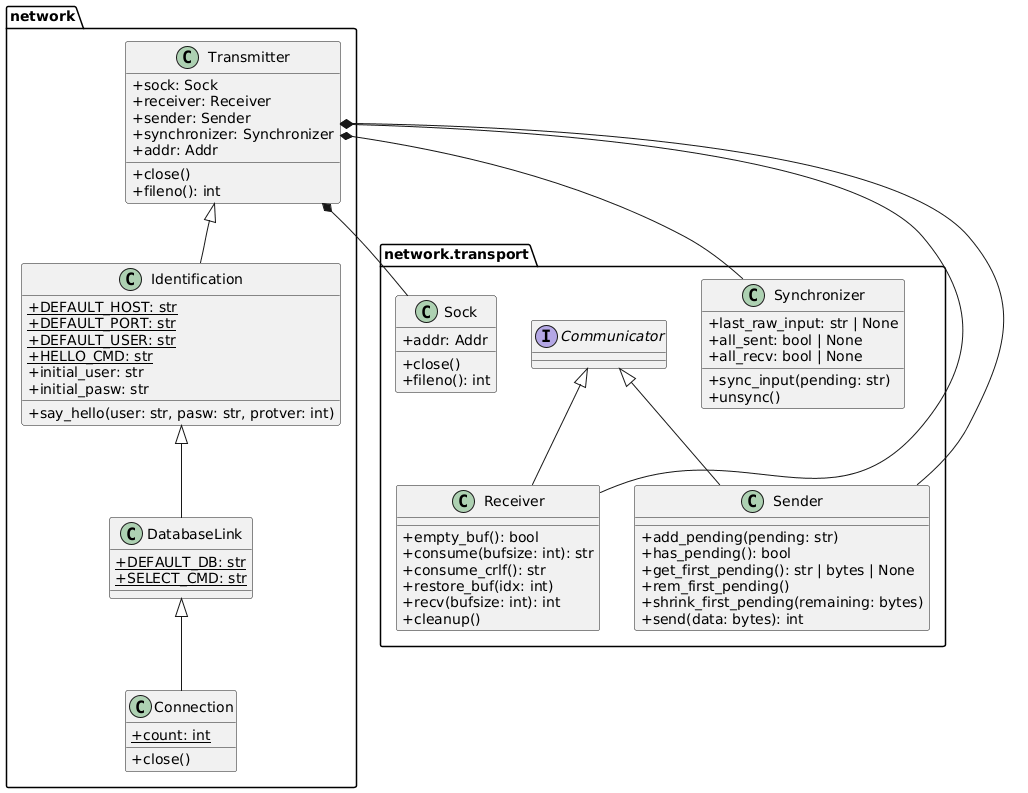
This is doc/network/RC-application.network.png from petru-braha/RC-application, a PlantUML export, as it was before one commit.
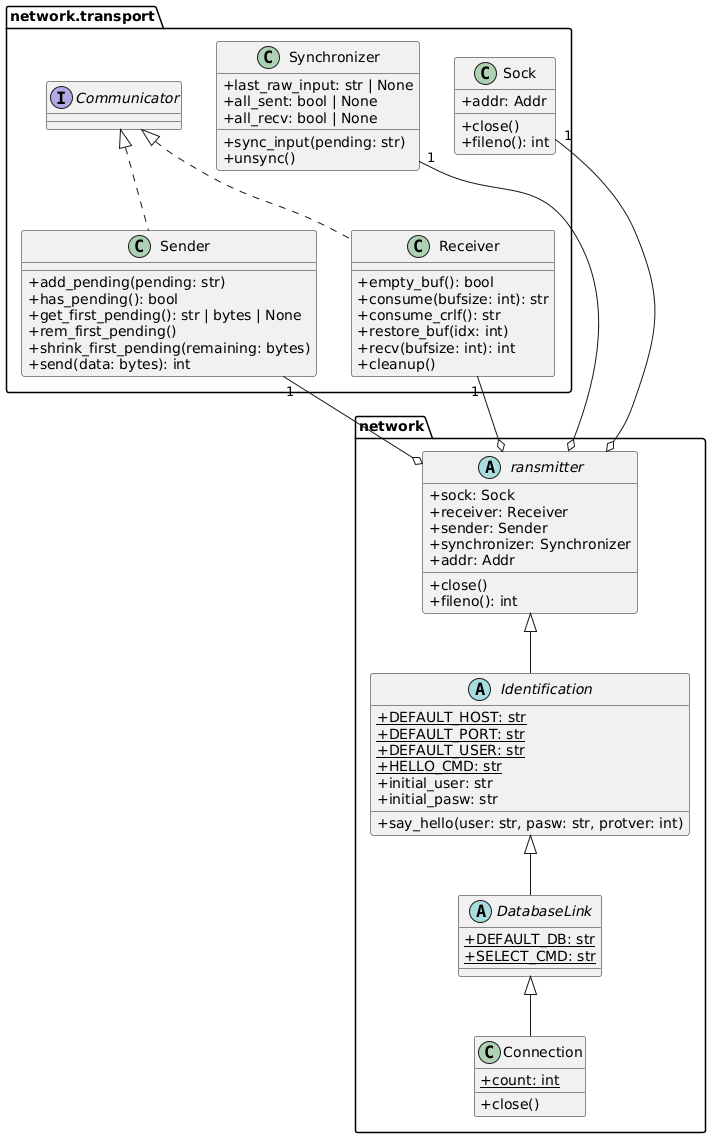
Later version of the same file.

Commit message:
feat: improvement class annotations with keywords as abstract, 1-1 relationship

Diff of the diagram source:
```diff
@@ -41,7 +41,7 @@
 }
 
 package "network" {
-    class Transmitter {
+    abstract class Transmitter {
         + sock: Sock
         + receiver: Receiver
         + sender: Sender
@@ -51,7 +51,7 @@
         + fileno(): int
     }
 
-    class Identification {
+    abstract class Identification {
         + {static} DEFAULT_HOST: str
         + {static} DEFAULT_PORT: str
         + {static} DEFAULT_USER: str
@@ -61,7 +61,7 @@
         + say_hello(user: str, pasw: str, protver: int)
     }
 
-    class DatabaseLink {
+    abstract class DatabaseLink {
         + {static} DEFAULT_DB: str
         + {static} SELECT_CMD: str
     }
@@ -72,15 +72,17 @@
     }
 }
 
-Communicator <|-- Receiver
-Communicator <|-- Sender
 
-Transmitter *-- Sock
-Transmitter *-- Receiver
-Transmitter *-- Sender
-Transmitter *-- Synchronizer
+Communicator <|.. Receiver
+Communicator <|.. Sender
 
 Transmitter <|-- Identification
 Identification <|-- DatabaseLink
 DatabaseLink <|-- Connection
+
+
+Transmitter o-up- "1" Sock
+Transmitter o-up- "1" Receiver
+Transmitter o-up- "1" Sender
+Transmitter o-up- "1" Synchronizer
 @enduml
```
